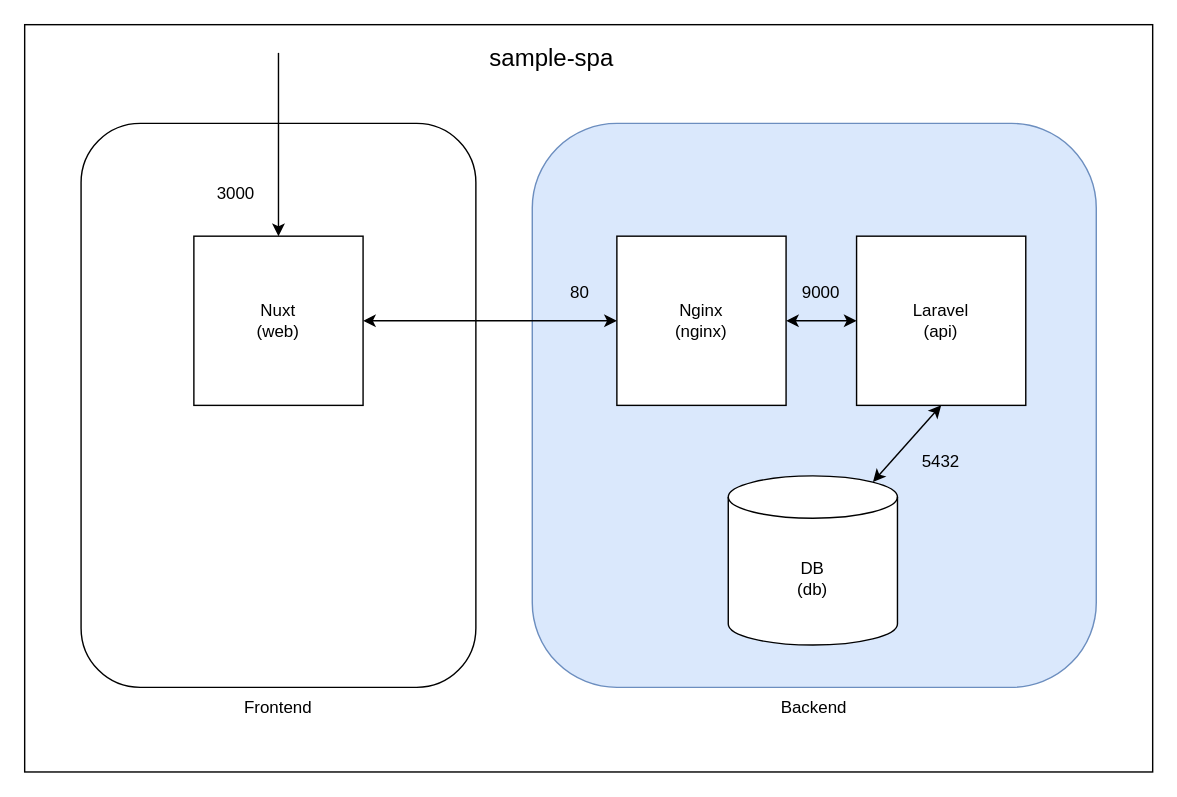
nagi125/draw-io-contents keeps this draw.io diagram as sample-spa.drawio. Above is the earlier version. Source tidied: cells renumbered, new cells numbered last; positions are measured from the earlier drawing's top-left corner, leaving out a move shared by most shapes. Both pictures are drawn from the tidied source at 141%, with x=0, y=0 at pixel (24, 24).
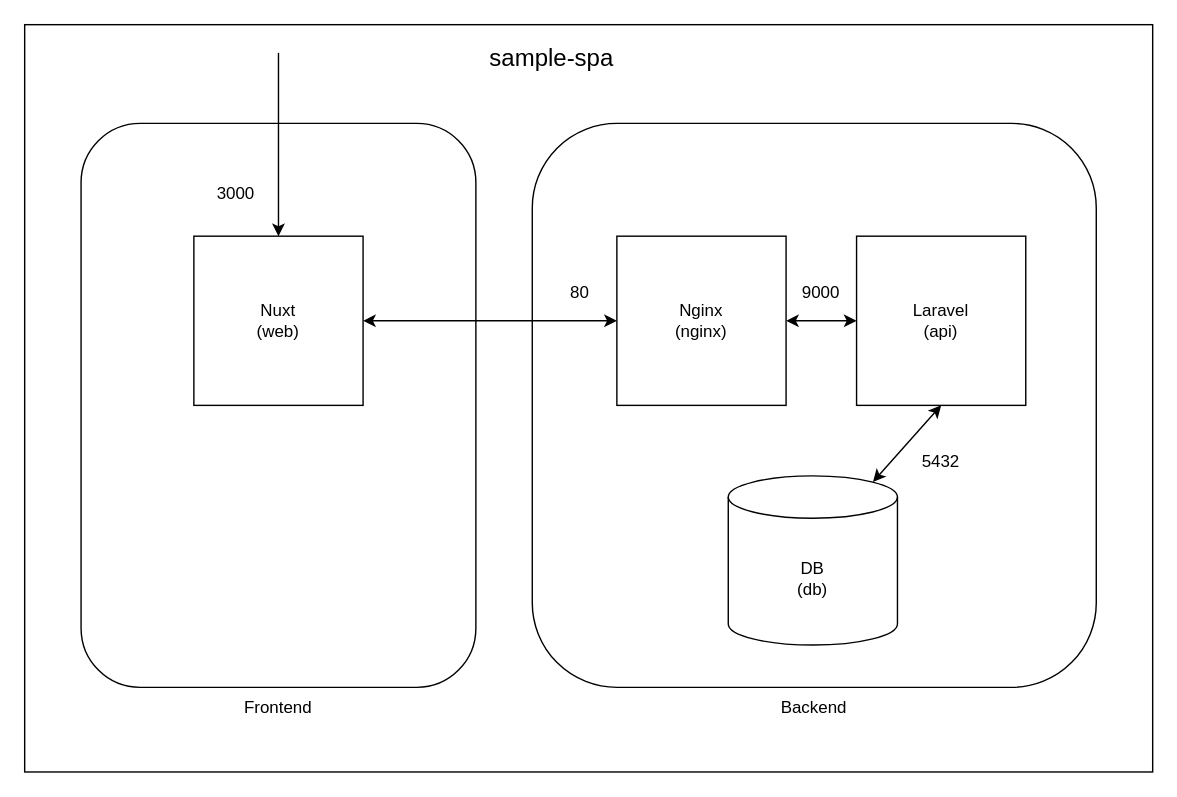
Above is the later version.

What changed in the source:
```diff
@@
-    <mxCell id="3" style="rounded=1;whiteSpace=wrap;html=1;fillColor=#dae8fc;strokeColor=#6c8ebf;" parent="1" vertex="1">
+    <mxCell id="3" style="rounded=1;whiteSpace=wrap;html=1;" parent="1" vertex="1">
       <mxGeometry x="360" y="70" width="400" height="400" as="geometry" />
     </mxCell>
```
